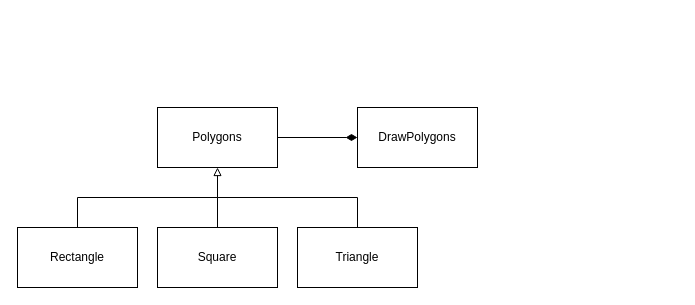
The draw.io diagram block41.drawio in Affekaffe/block41exercise, before the edit. Source tidied: cells renumbered, new cells numbered last; positions are measured from the earlier drawing's top-left corner, leaving out a move shared by most shapes. Both pictures are drawn from the tidied source at 100%, with x=0, y=0 at pixel (17, 107).
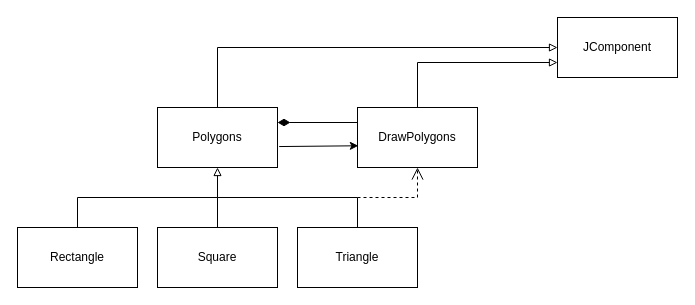
The same page after the edit.

The change refers to these unchanged cells:
```xml
<mxCell id="2" value="DrawPolygons" style="rounded=0;whiteSpace=wrap;html=1;" parent="1" vertex="1">
  <mxGeometry x="340" width="120" height="60" as="geometry" />
</mxCell>
<mxCell id="3" value="Polygons" style="rounded=0;whiteSpace=wrap;html=1;" parent="1" vertex="1">
  <mxGeometry x="140" width="120" height="60" as="geometry" />
</mxCell>
```

Change to the diagram source:
```diff
@@
+    <mxCell id="11" value="JComponent" style="rounded=0;whiteSpace=wrap;html=1;" parent="1" vertex="1">
+      <mxGeometry x="540" y="-90" width="120" height="60" as="geometry" />
+    </mxCell>
+    <mxCell id="12" style="endArrow=block;html=1;rounded=0;exitX=0.5;exitY=0;exitDx=0;exitDy=0;entryX=0;entryY=0.5;entryDx=0;entryDy=0;endFill=0;" parent="1" edge="1" source="3" target="11">
+      <mxGeometry relative="1" as="geometry">
+        <Array as="points">
+          <mxPoint x="200" y="-60" />
+        </Array>
+      </mxGeometry>
+    </mxCell>
+    <mxCell id="13" style="endArrow=block;html=1;rounded=0;exitX=0.5;exitY=0;exitDx=0;exitDy=0;entryX=0;entryY=0.75;entryDx=0;entryDy=0;endFill=0;" parent="1" edge="1" source="2" target="11">
+      <mxGeometry relative="1" as="geometry">
+        <Array as="points">
+          <mxPoint x="400" y="-45" />
+        </Array>
+      </mxGeometry>
+    </mxCell>
+    <mxCell id="14" style="endArrow=diamondThin;html=1;rounded=0;exitX=0;exitY=0.25;exitDx=0;exitDy=0;endFill=1;endSize=10;entryX=1;entryY=0.25;entryDx=0;entryDy=0;" parent="1" edge="1" source="2" target="3">
+      <mxGeometry relative="1" as="geometry" />
+    </mxCell>
+    <mxCell id="15" style="endArrow=open;html=1;rounded=0;entryX=0.5;entryY=1;entryDx=0;entryDy=0;endFill=0;endSize=10;dashed=1;" parent="1" edge="1" target="2">
+      <mxGeometry relative="1" as="geometry">
+        <mxPoint x="340" y="90" as="sourcePoint" />
+        <Array as="points">
+          <mxPoint x="400" y="90" />
+        </Array>
+      </mxGeometry>
+    </mxCell>
-    <mxCell id="10" style="endArrow=diamondThin;html=1;rounded=0;entryX=0;entryY=0.5;entryDx=0;entryDy=0;exitX=1;exitY=0.5;exitDx=0;exitDy=0;endFill=1;strokeWidth=1;endSize=9;" parent="1" edge="1" source="3" target="2">
+    <mxCell id="10" style="endArrow=classic;html=1;rounded=0;exitX=1.014;exitY=0.651;exitDx=0;exitDy=0;exitPerimeter=0;entryX=0.007;entryY=0.638;entryDx=0;entryDy=0;entryPerimeter=0;" parent="1" edge="1" source="3" target="2">
       <mxGeometry relative="1" as="geometry" />
     </mxCell>
```
